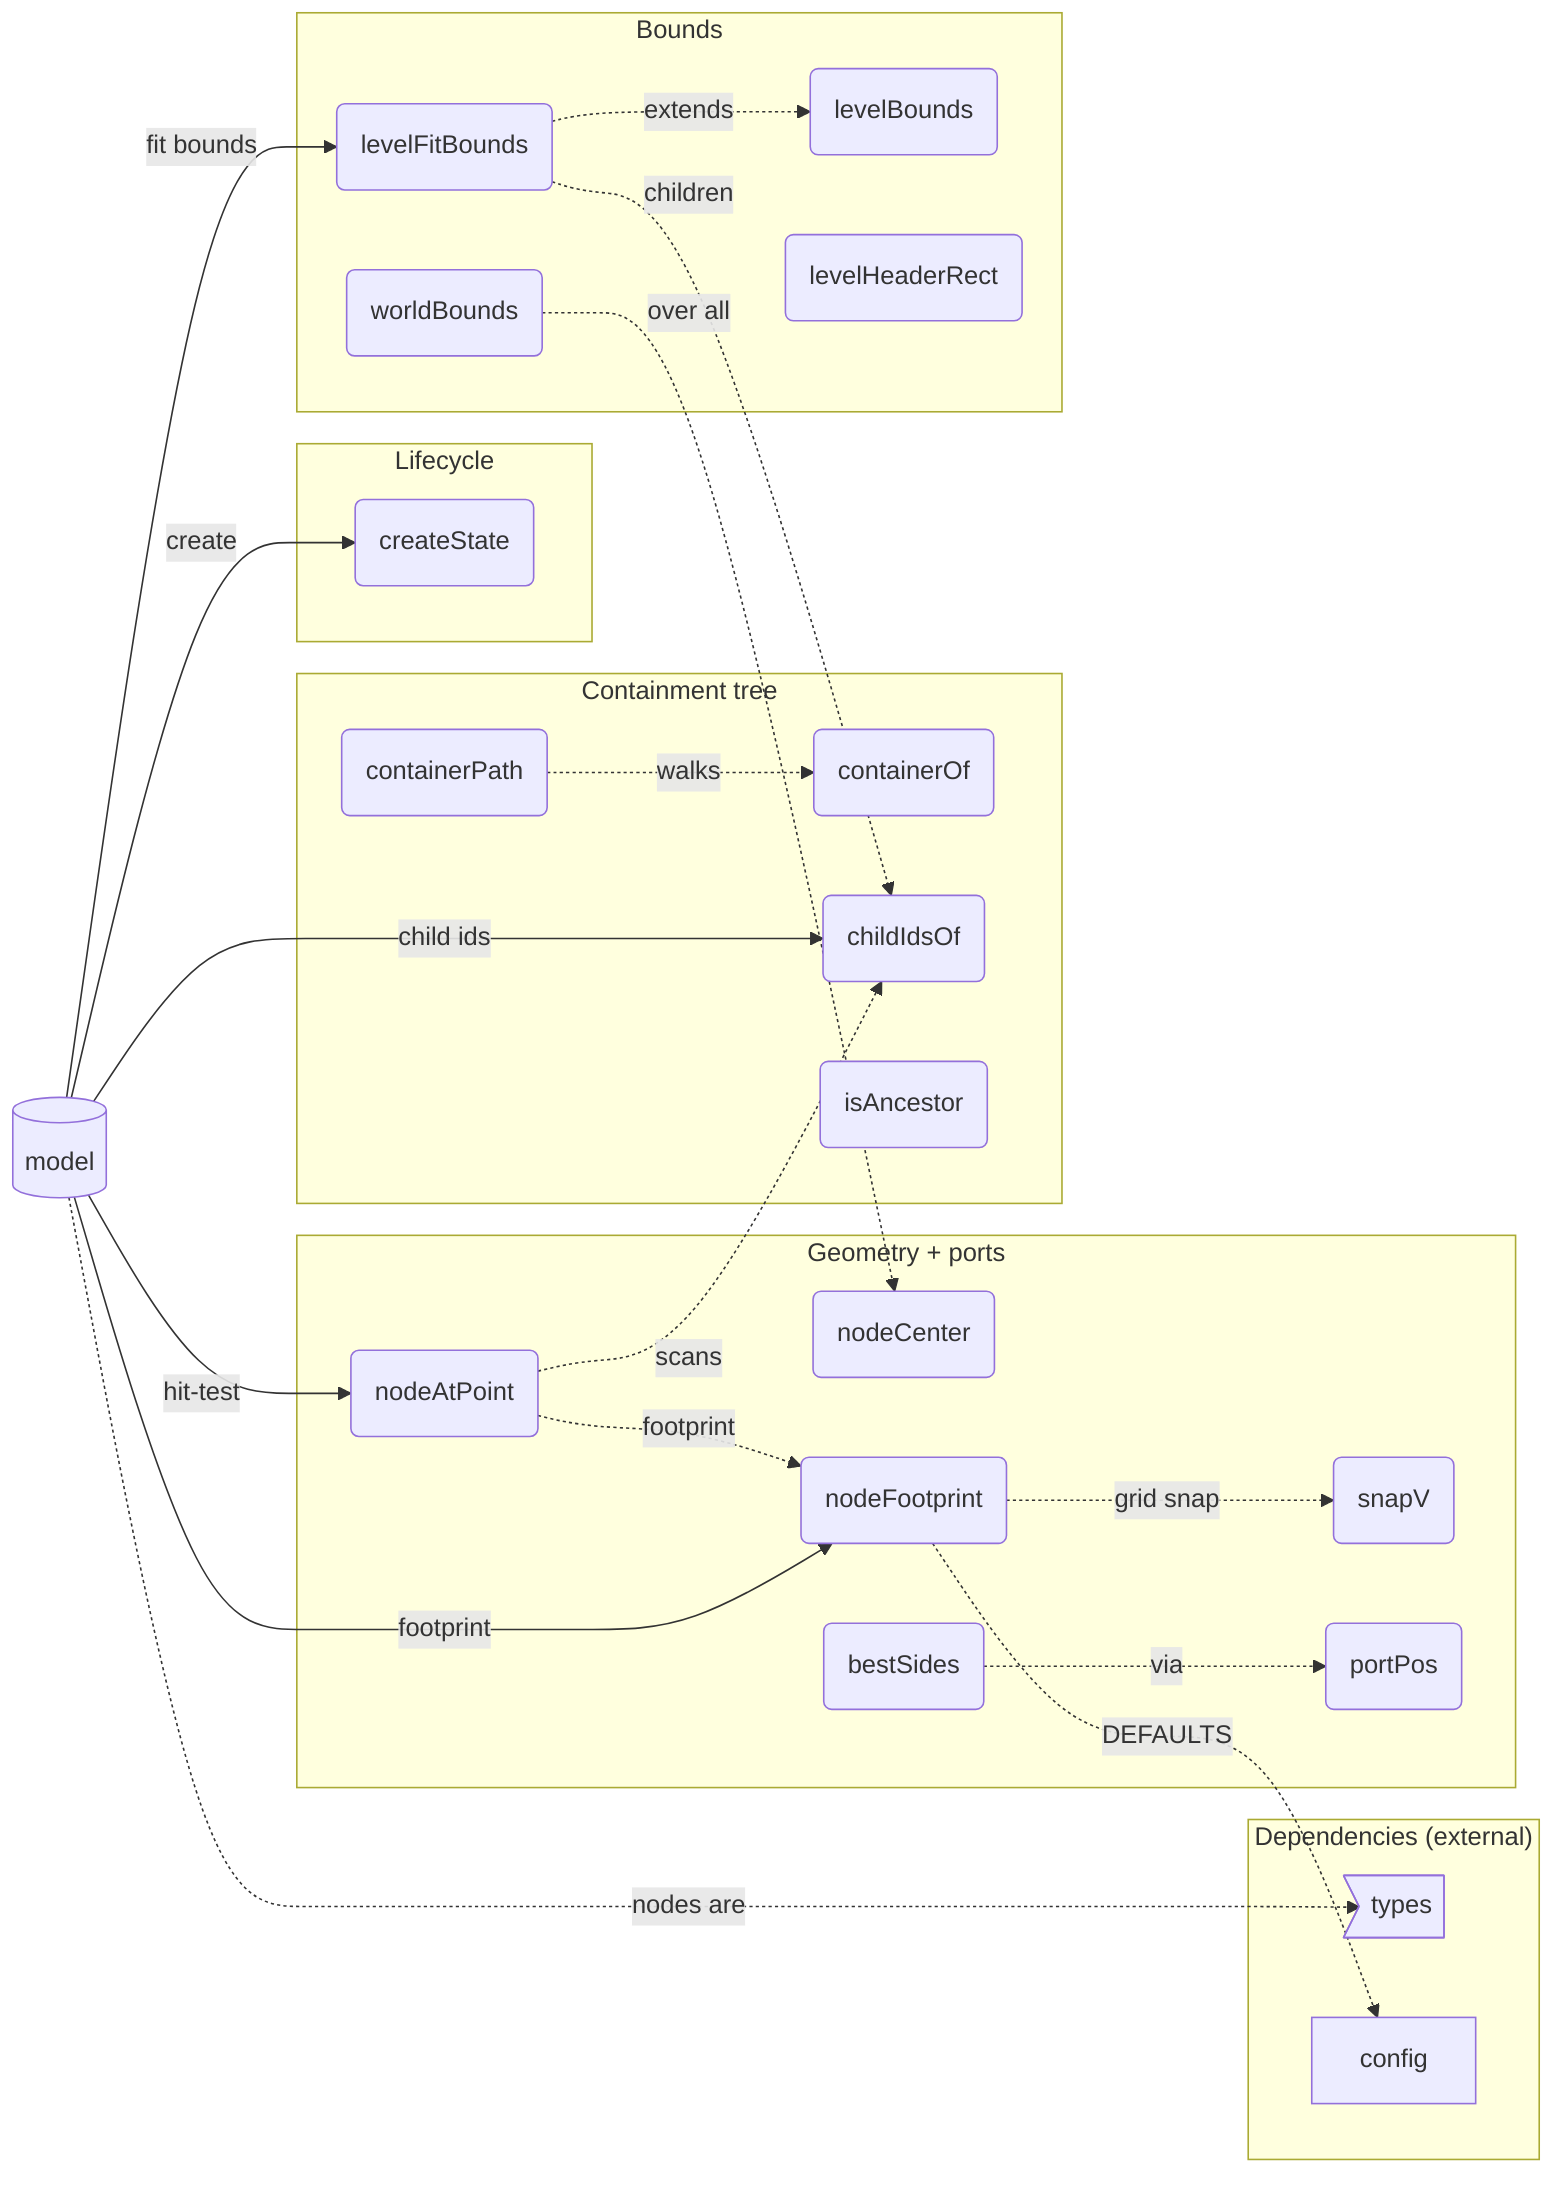
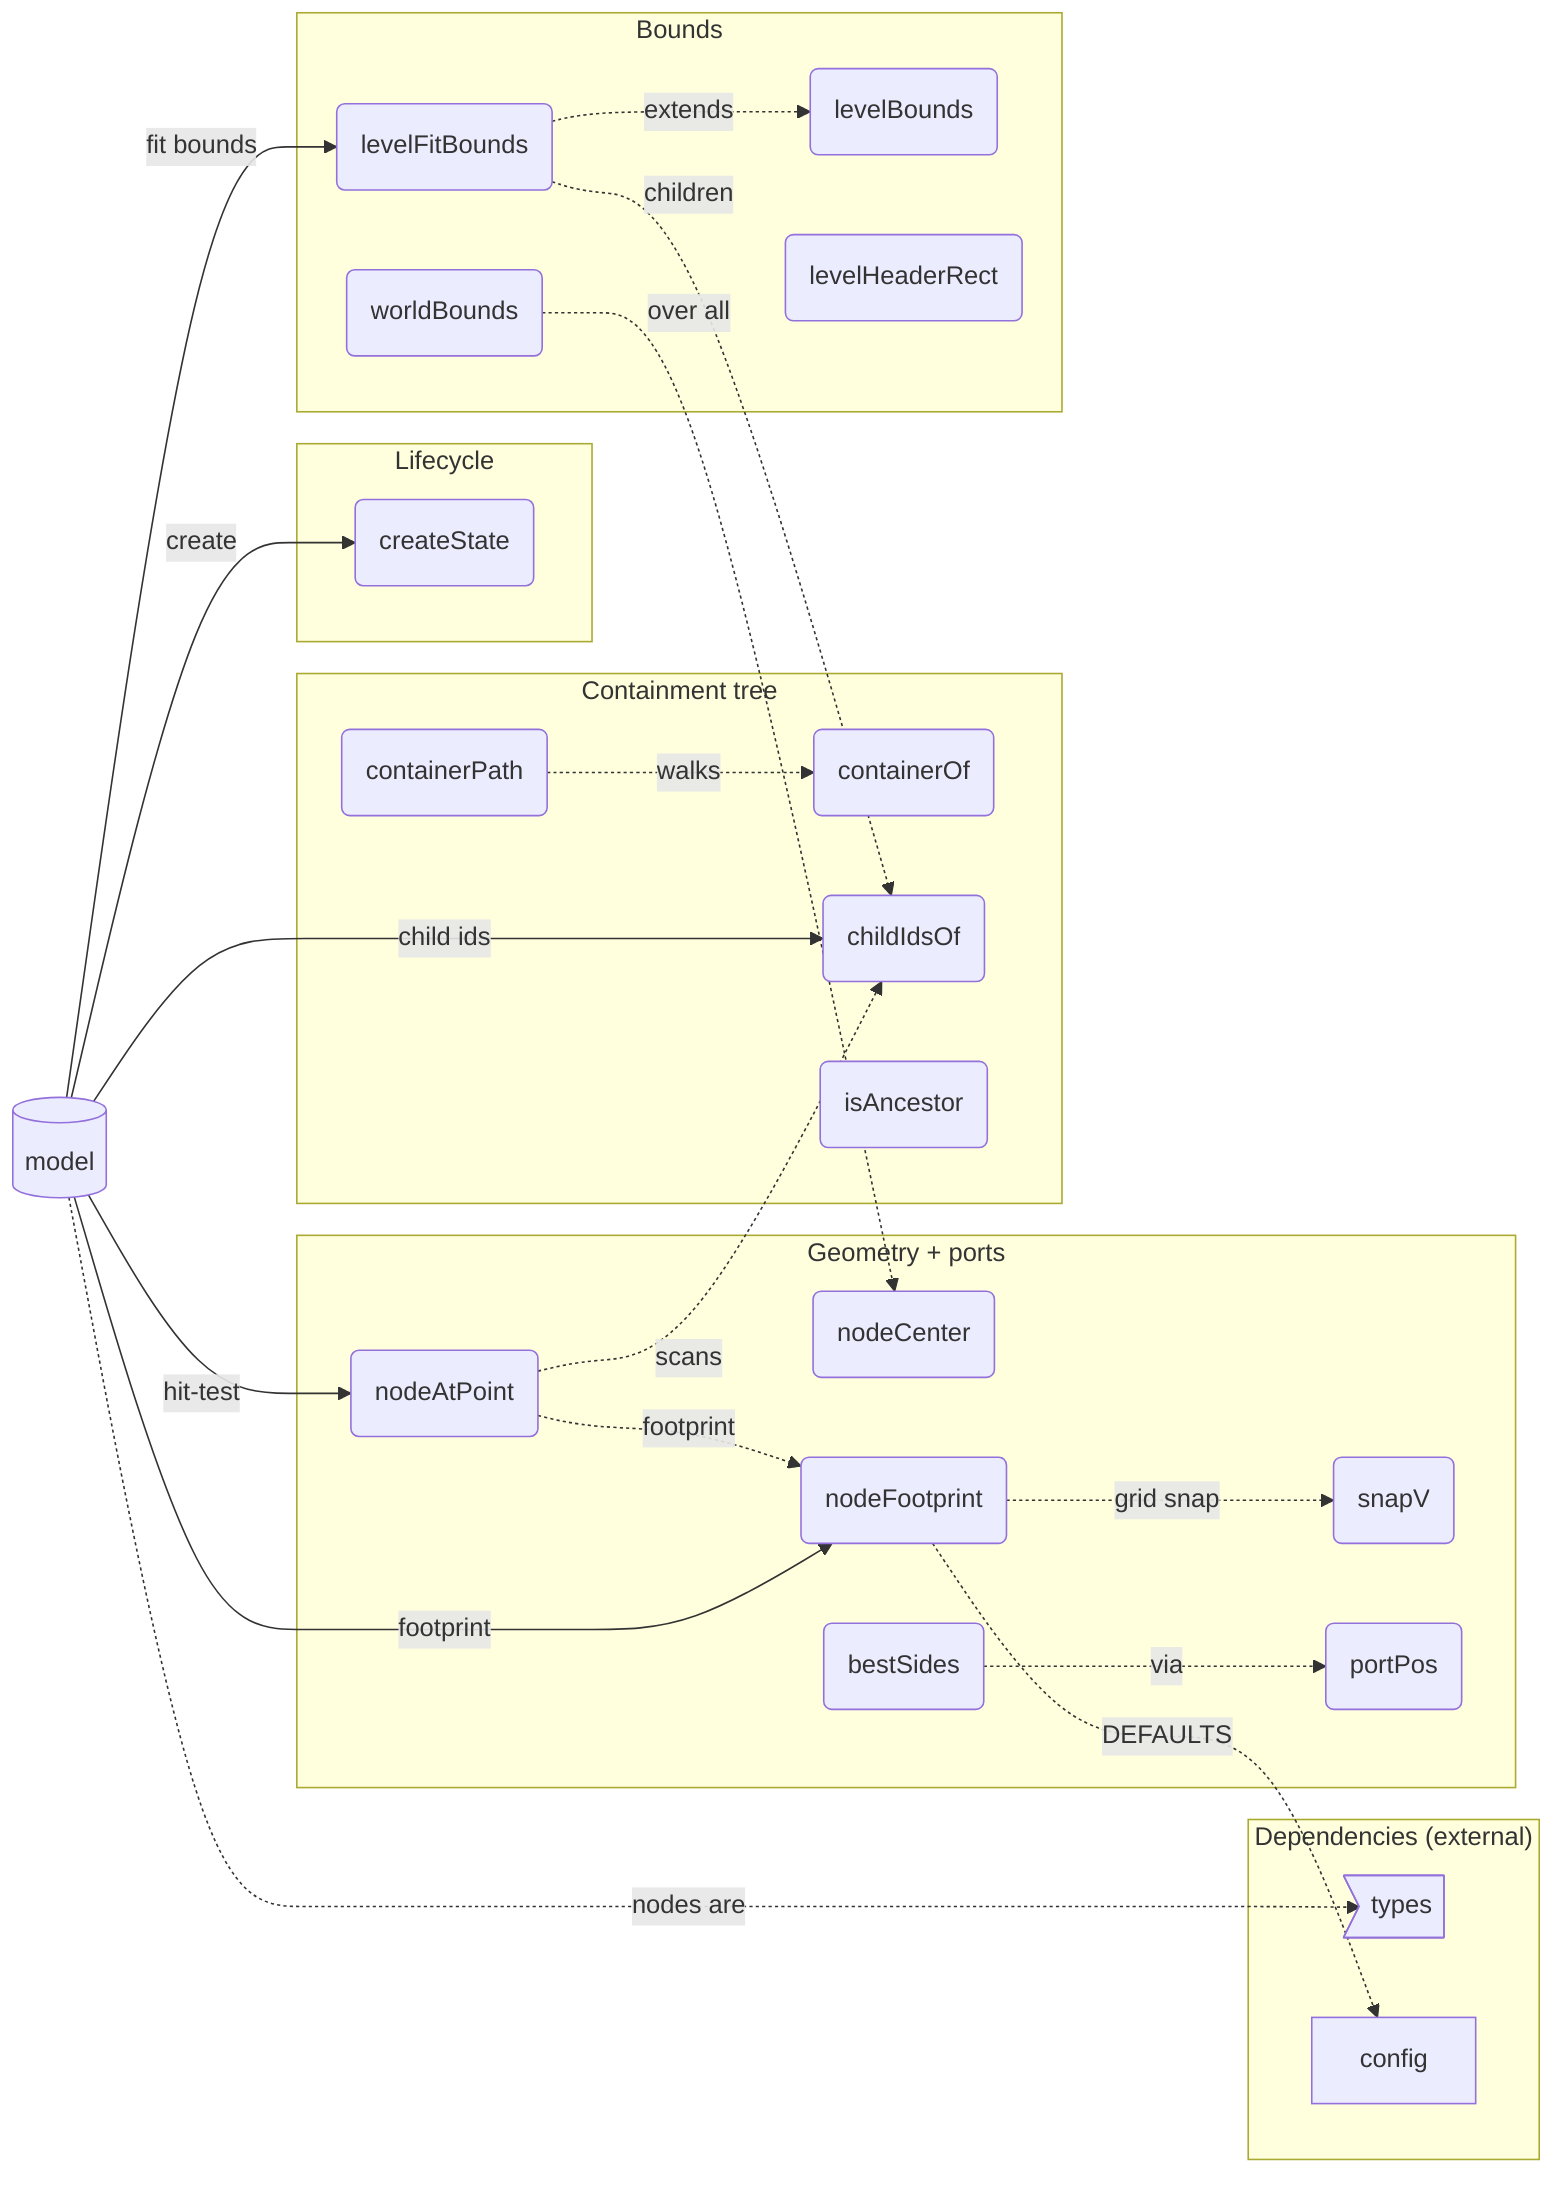
flowchart LR
%% root state
%% AUTHORED FROM src/core/state/state.ts
%% --- container (canonical public contract) ---
%% fm:meta state name=createState
%% fm:meta state desc=the model (StateStore) + every pure geometry/containment read over it. Owned and mutated through ctx.state; no DOM. Footprint/bounds drive camera fit, wire routing, hit-testing, drill levels.
%% fm:meta state i0.name=createState
%% fm:meta state i0.returns=StateStore
%% fm:meta state i1.name=nodeFootprint
%% fm:meta state i1.accepts=state: StateStore
%% fm:meta state i1.accepts=n: DiagramNode
%% fm:meta state i1.accepts=showFrontmatter: boolean
%% fm:meta state i1.returns=Footprint
%% fm:meta state i2.name=nodeAtPoint
%% fm:meta state i2.accepts=state: StateStore
%% fm:meta state i2.accepts=wx: number, wy: number
%% fm:meta state i2.returns=string
%% --- internal: lifecycle ---
%% fm:meta createState name=createState
%% fm:meta createState desc=fresh empty model (no nodes/edges, counters at 1).
+ %% fm:meta createState i0.name=createState
+ %% fm:meta createState i0.returns=StateStore
%% --- internal: geometry ---
%% fm:meta snapV name=snapV
+ %% fm:meta snapV i0.name=snapV
+ %% fm:meta snapV i0.accepts=v: number
+ %% fm:meta snapV i0.accepts=snap: boolean
+ %% fm:meta snapV i0.returns=number
%% fm:meta portPos name=portPos
%% fm:meta portPos desc=world position of a node's port on a given side.
+ %% fm:meta portPos i0.name=portPos
+ %% fm:meta portPos i0.accepts=node: DiagramNode
+ %% fm:meta portPos i0.accepts=side: PortSide
+ %% fm:meta portPos i0.returns=Point
%% fm:meta nodeCenter name=nodeCenter
+ %% fm:meta nodeCenter i0.name=nodeCenter
+ %% fm:meta nodeCenter i0.accepts=n: DiagramNode
+ %% fm:meta nodeCenter i0.returns={ cx: number; cy: number }
%% fm:meta bestSides name=bestSides
%% fm:meta bestSides desc=nearest facing port sides for an edge between two nodes.
+ %% fm:meta bestSides i0.name=bestSides
+ %% fm:meta bestSides i0.accepts=a: DiagramNode
+ %% fm:meta bestSides i0.accepts=b: DiagramNode
+ %% fm:meta bestSides i0.returns=[PortSide, PortSide]
%% fm:meta nodeFootprint name=nodeFootprint
%% fm:meta nodeFootprint desc=node box widened to include its measured frontmatter card.
+ %% fm:meta nodeFootprint i0.name=nodeFootprint
+ %% fm:meta nodeFootprint i0.accepts=state: StateStore
+ %% fm:meta nodeFootprint i0.accepts=n: DiagramNode
+ %% fm:meta nodeFootprint i0.accepts=showFrontmatter: boolean
+ %% fm:meta nodeFootprint i0.returns=Footprint
%% --- internal: hit-test ---
%% fm:meta nodeAtPoint name=nodeAtPoint
%% fm:meta nodeAtPoint desc=topmost node id at a world point within a container level.
+ %% fm:meta nodeAtPoint i0.name=nodeAtPoint
+ %% fm:meta nodeAtPoint i0.accepts=state: StateStore
+ %% fm:meta nodeAtPoint i0.accepts=wx: number
+ %% fm:meta nodeAtPoint i0.accepts=wy: number
+ %% fm:meta nodeAtPoint i0.accepts=container: string | null
+ %% fm:meta nodeAtPoint i0.returns=string | null
%% --- internal: containment ---
%% fm:meta containerOf name=containerOf
+ %% fm:meta containerOf i0.name=containerOf
+ %% fm:meta containerOf i0.accepts=state: StateStore
+ %% fm:meta containerOf i0.accepts=id: string
+ %% fm:meta containerOf i0.returns=string | null
%% fm:meta childIdsOf name=childIdsOf
%% fm:meta childIdsOf desc=ids at a container's drill level.
+ %% fm:meta childIdsOf i0.name=childIdsOf
+ %% fm:meta childIdsOf i0.accepts=state: StateStore
+ %% fm:meta childIdsOf i0.accepts=container: string | null
+ %% fm:meta childIdsOf i0.returns=string[]
%% fm:meta containerPath name=containerPath
%% fm:meta containerPath desc=root-first chain of container ids enclosing a level.
+ %% fm:meta containerPath i0.name=containerPath
+ %% fm:meta containerPath i0.accepts=state: StateStore
+ %% fm:meta containerPath i0.accepts=container: string | null
+ %% fm:meta containerPath i0.returns=string[]
%% fm:meta isAncestor name=isAncestor
%% fm:meta isAncestor desc=cycle guard: is anc on node's parent chain.
+ %% fm:meta isAncestor i0.name=isAncestor
+ %% fm:meta isAncestor i0.accepts=state: StateStore
+ %% fm:meta isAncestor i0.accepts=anc: string
+ %% fm:meta isAncestor i0.accepts=node: string
+ %% fm:meta isAncestor i0.returns=boolean
%% --- internal: bounds ---
%% fm:meta levelBounds name=levelBounds
+ %% fm:meta levelBounds i0.name=levelBounds
+ %% fm:meta levelBounds i0.accepts=state: StateStore
+ %% fm:meta levelBounds i0.accepts=container: string | null
+ %% fm:meta levelBounds i0.returns={ minX: number; minY: number; maxX: number; maxY: number } | null
%% fm:meta levelHeaderRect name=levelHeaderRect
+ %% fm:meta levelHeaderRect i0.name=levelHeaderRect
+ %% fm:meta levelHeaderRect i0.accepts=state: StateStore
+ %% fm:meta levelHeaderRect i0.accepts=container: string | null
+ %% fm:meta levelHeaderRect i0.returns={ x: number; y: number; w: number; h: number } | null
%% fm:meta levelFitBounds name=levelFitBounds
%% fm:meta levelFitBounds desc=bounds the camera fits at a level (children + container node).
+ %% fm:meta levelFitBounds i0.name=levelFitBounds
+ %% fm:meta levelFitBounds i0.accepts=state: StateStore
+ %% fm:meta levelFitBounds i0.accepts=container: string | null
+ %% fm:meta levelFitBounds i0.returns={ minX: number; minY: number; maxX: number; maxY: number } | null
%% fm:meta worldBounds name=worldBounds
%% fm:meta worldBounds desc=bounding box of all nodes.
+ %% fm:meta worldBounds i0.name=worldBounds
+ %% fm:meta worldBounds i0.accepts=state: StateStore
+ %% fm:meta worldBounds i0.returns={ minX: number; minY: number; maxX: number; maxY: number } | null
%% --- deps (external; canonical defs live in root.mmd) ---
%% fm:meta types name=types
%% fm:meta config name=config
%% --- kinds ---
%% kind state store
%% kind createState function
%% kind snapV function
%% kind portPos function
%% kind nodeCenter function
%% kind bestSides function
%% kind nodeFootprint function
%% kind nodeAtPoint function
%% kind containerOf function
%% kind childIdsOf function
%% kind containerPath function
%% kind isAncestor function
%% kind levelBounds function
%% kind levelHeaderRect function
%% kind levelFitBounds function
%% kind worldBounds function
%% src createState src/core/state/state.ts#createState
%% src snapV src/core/state/state.ts#snapV
%% src portPos src/core/state/state.ts#portPos
%% src nodeCenter src/core/state/state.ts#nodeCenter
%% src bestSides src/core/state/state.ts#bestSides
%% src nodeFootprint src/core/state/state.ts#nodeFootprint
%% src nodeAtPoint src/core/state/state.ts#nodeAtPoint
%% src containerOf src/core/state/state.ts#containerOf
%% src childIdsOf src/core/state/state.ts#childIdsOf
%% src containerPath src/core/state/state.ts#containerPath
%% src isAncestor src/core/state/state.ts#isAncestor
%% src levelBounds src/core/state/state.ts#levelBounds
%% src levelHeaderRect src/core/state/state.ts#levelHeaderRect
%% src levelFitBounds src/core/state/state.ts#levelFitBounds
%% src worldBounds src/core/state/state.ts#worldBounds
%% kind types type
%% kind config module
%% --- containment ---
%% parent lifecycle state
%% parent geometry state
%% parent containment state
%% parent bounds state
  subgraph lifecycle ["Lifecycle"]
    createState("createState")
  end
  subgraph geometry ["Geometry + ports"]
    snapV("snapV")
    portPos("portPos")
    nodeCenter("nodeCenter")
    bestSides("bestSides")
    nodeFootprint("nodeFootprint")
    nodeAtPoint("nodeAtPoint")
  end
  subgraph containment ["Containment tree"]
    containerOf("containerOf")
    childIdsOf("childIdsOf")
    containerPath("containerPath")
    isAncestor("isAncestor")
  end
  subgraph bounds ["Bounds"]
    levelBounds("levelBounds")
    levelHeaderRect("levelHeaderRect")
    levelFitBounds("levelFitBounds")
    worldBounds("worldBounds")
  end
  subgraph deps ["Dependencies (external)"]
    types>"types"]
    config["config"]
  end
  state[("model")]
  state -->|create| createState
  state -->|footprint| nodeFootprint
  state -->|hit-test| nodeAtPoint
  state -->|child ids| childIdsOf
  state -->|fit bounds| levelFitBounds
  bestSides -.->|via| portPos
  nodeAtPoint -.->|scans| childIdsOf
  nodeAtPoint -.->|footprint| nodeFootprint
  containerPath -.->|walks| containerOf
  levelFitBounds -.->|extends| levelBounds
  levelFitBounds -.->|children| childIdsOf
  worldBounds -.->|over all| nodeCenter
  nodeFootprint -.->|grid snap| snapV
  state -.->|nodes are| types
  nodeFootprint -.->|DEFAULTS| config
